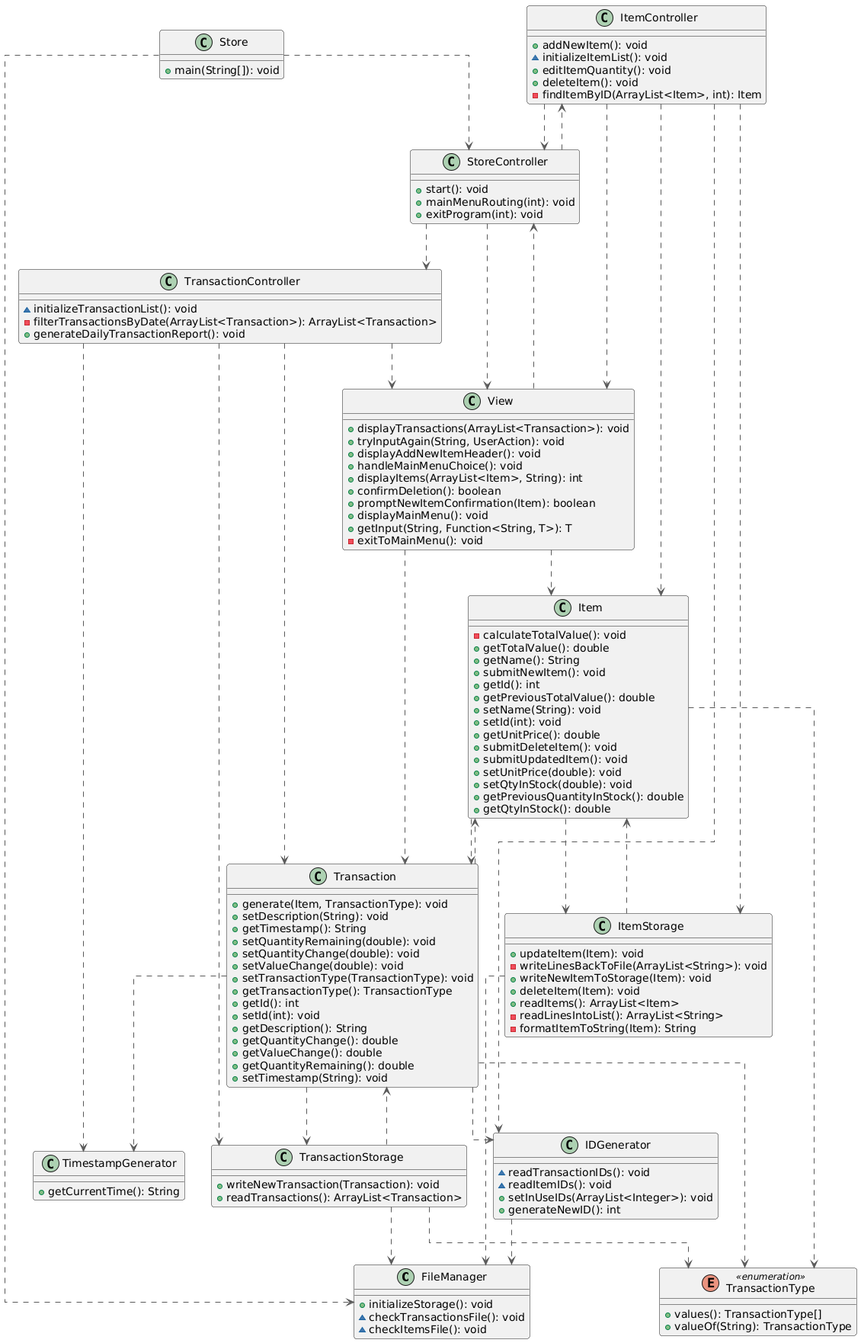
This is UML-Diagrams/UML-Diagram.png from 0xKona/Intro-to-Programming-Assignment.2.0, a PlantUML export, as it was before one commit. Its diagram source:
```plantuml
@startuml
!theme vibrant

top to bottom direction
skinparam linetype ortho

class FileManager {
  + initializeStorage(): void
  ~ checkTransactionsFile(): void
  ~ checkItemsFile(): void
}
class IDGenerator {
  ~ readTransactionIDs(): void
  ~ readItemIDs(): void
  + setInUseIDs(ArrayList<Integer>): void
  + generateNewID(): int
}
class Item {
  - calculateTotalValue(): void
  + getTotalValue(): double
  + getName(): String
  + submitNewItem(): void
  + getId(): int
  + getPreviousTotalValue(): double
  + setName(String): void
  + setId(int): void
  + getUnitPrice(): double
  + submitDeleteItem(): void
  + submitUpdatedItem(): void
  + setUnitPrice(double): void
  + setQtyInStock(double): void
  + getPreviousQuantityInStock(): double
  + getQtyInStock(): double
}
class ItemController {
  + addNewItem(): void
  ~ initializeItemList(): void
  + editItemQuantity(): void
  + deleteItem(): void
  - findItemByID(ArrayList<Item>, int): Item
}
class ItemStorage {
  + updateItem(Item): void
  - writeLinesBackToFile(ArrayList<String>): void
  + writeNewItemToStorage(Item): void
  + deleteItem(Item): void
  + readItems(): ArrayList<Item>
  - readLinesIntoList(): ArrayList<String>
  - formatItemToString(Item): String
}
class Store {
  + main(String[]): void
}
class StoreController {
  + start(): void
  + mainMenuRouting(int): void
  + exitProgram(int): void
}
class TimestampGenerator {
  + getCurrentTime(): String
}
class Transaction {
  + generate(Item, TransactionType): void
  + setDescription(String): void
  + getTimestamp(): String
  + setQuantityRemaining(double): void
  + setQuantityChange(double): void
  + setValueChange(double): void
  + setTransactionType(TransactionType): void
  + getTransactionType(): TransactionType
  + getId(): int
  + setId(int): void
  + getDescription(): String
  + getQuantityChange(): double
  + getValueChange(): double
  + getQuantityRemaining(): double
  + setTimestamp(String): void
}
class TransactionController {
  ~ initializeTransactionList(): void
  - filterTransactionsByDate(ArrayList<Transaction>): ArrayList<Transaction>
  + generateDailyTransactionReport(): void
}
class TransactionStorage {
  + writeNewTransaction(Transaction): void
  + readTransactions(): ArrayList<Transaction>
}
enum TransactionType << enumeration >> {
  + values(): TransactionType[]
  + valueOf(String): TransactionType
}
class View {
  + displayTransactions(ArrayList<Transaction>): void
  + tryInputAgain(String, UserAction): void
  + displayAddNewItemHeader(): void
  + handleMainMenuChoice(): void
  + displayItems(ArrayList<Item>, String): int
  + confirmDeletion(): boolean
  + promptNewItemConfirmation(Item): boolean
  + displayMainMenu(): void
  + getInput(String, Function<String, T>): T
  - exitToMainMenu(): void
}

IDGenerator            -[#595959,dashed]->  FileManager
Item                   -[#595959,dashed]->  ItemStorage
Item                   -[#595959,dashed]->  Transaction
Item                   -[#595959,dashed]->  TransactionType
ItemController         -[#595959,dashed]->  IDGenerator
ItemController         -[#595959,dashed]->  Item
ItemController         -[#595959,dashed]->  ItemStorage
ItemController         -[#595959,dashed]->  StoreController
ItemController         -[#595959,dashed]->  View
ItemStorage            -[#595959,dashed]->  FileManager
ItemStorage            -[#595959,dashed]->  Item
Store                  -[#595959,dashed]->  FileManager
Store                  -[#595959,dashed]->  StoreController
StoreController        -[#595959,dashed]->  ItemController
StoreController        -[#595959,dashed]->  TransactionController
StoreController        -[#595959,dashed]->  View
Transaction            -[#595959,dashed]->  IDGenerator
Transaction            -[#595959,dashed]->  Item
Transaction            -[#595959,dashed]->  TimestampGenerator
Transaction            -[#595959,dashed]->  TransactionStorage
Transaction            -[#595959,dashed]->  TransactionType
TransactionController  -[#595959,dashed]->  TimestampGenerator
TransactionController  -[#595959,dashed]->  Transaction
TransactionController  -[#595959,dashed]->  TransactionStorage
TransactionController  -[#595959,dashed]->  View
TransactionStorage     -[#595959,dashed]->  FileManager
TransactionStorage     -[#595959,dashed]->  Transaction
TransactionStorage     -[#595959,dashed]->  TransactionType
View                   -[#595959,dashed]->  Item
View                   -[#595959,dashed]->  StoreController
View                   -[#595959,dashed]->  Transaction
@enduml
```
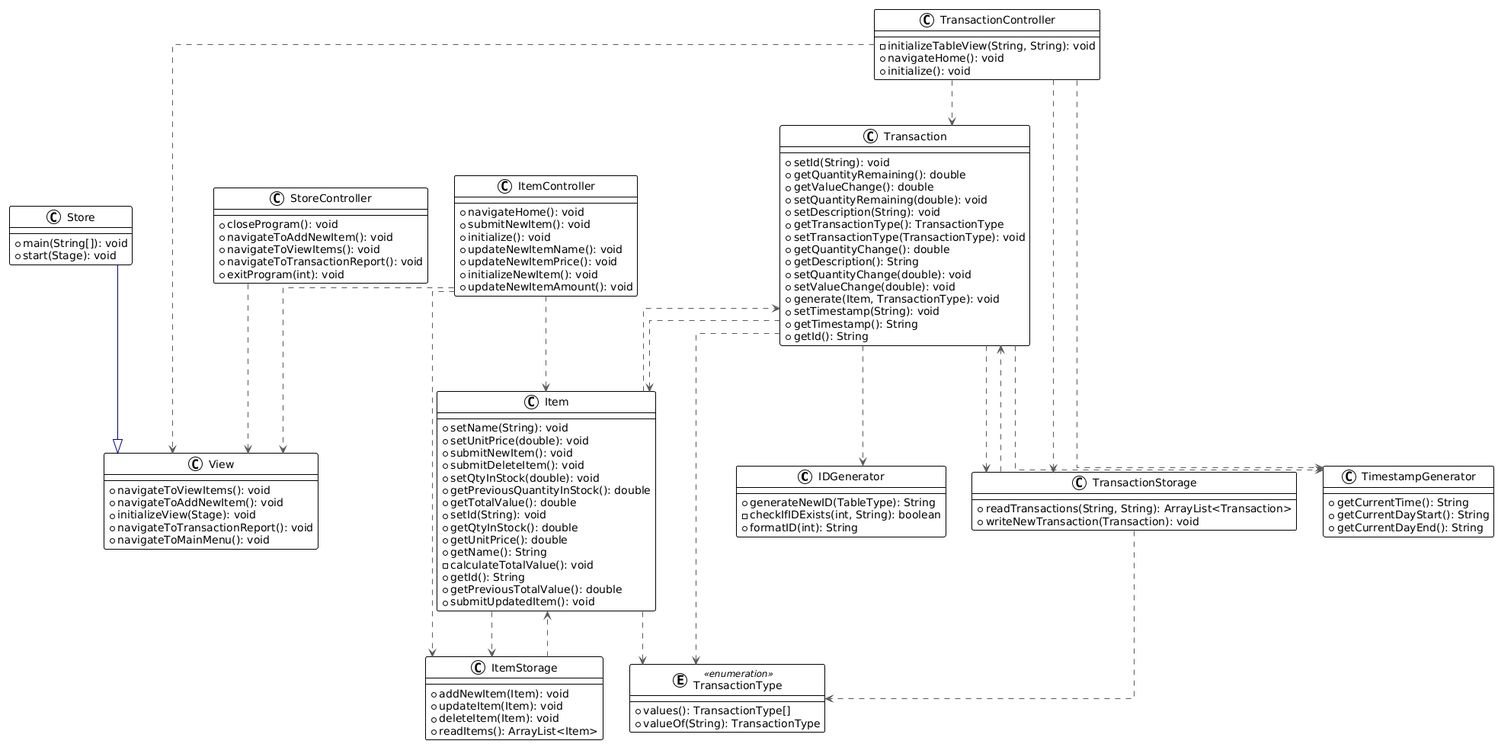
The same diagram one commit later.

Diff of the diagram source:
```diff
@@ -1,122 +1,107 @@
 @startuml
-!theme vibrant
-
+!theme plain
 top to bottom direction
 skinparam linetype ortho
 
-class FileManager {
-  + initializeStorage(): void
-  ~ checkTransactionsFile(): void
-  ~ checkItemsFile(): void
-}
 class IDGenerator {
-  ~ readTransactionIDs(): void
-  ~ readItemIDs(): void
-  + setInUseIDs(ArrayList<Integer>): void
-  + generateNewID(): int
+  + generateNewID(TableType): String
+  - checkIfIDExists(int, String): boolean
+  + formatID(int): String
 }
 class Item {
-  - calculateTotalValue(): void
-  + getTotalValue(): double
-  + getName(): String
+  + setName(String): void
+  + setUnitPrice(double): void
   + submitNewItem(): void
-  + getId(): int
-  + getPreviousTotalValue(): double
-  + setName(String): void
-  + setId(int): void
-  + getUnitPrice(): double
   + submitDeleteItem(): void
-  + submitUpdatedItem(): void
-  + setUnitPrice(double): void
   + setQtyInStock(double): void
   + getPreviousQuantityInStock(): double
+  + getTotalValue(): double
+  + setId(String): void
   + getQtyInStock(): double
+  + getUnitPrice(): double
+  + getName(): String
+  - calculateTotalValue(): void
+  + getId(): String
+  + getPreviousTotalValue(): double
+  + submitUpdatedItem(): void
 }
 class ItemController {
-  + addNewItem(): void
-  ~ initializeItemList(): void
-  + editItemQuantity(): void
-  + deleteItem(): void
-  - findItemByID(ArrayList<Item>, int): Item
+  + navigateHome(): void
+  + submitNewItem(): void
+  + initialize(): void
+  + updateNewItemName(): void
+  + updateNewItemPrice(): void
+  + initializeNewItem(): void
+  + updateNewItemAmount(): void
 }
 class ItemStorage {
+  + addNewItem(Item): void
   + updateItem(Item): void
-  - writeLinesBackToFile(ArrayList<String>): void
-  + writeNewItemToStorage(Item): void
   + deleteItem(Item): void
   + readItems(): ArrayList<Item>
-  - readLinesIntoList(): ArrayList<String>
-  - formatItemToString(Item): String
 }
 class Store {
   + main(String[]): void
+  + start(Stage): void
 }
 class StoreController {
-  + start(): void
-  + mainMenuRouting(int): void
+  + closeProgram(): void
+  + navigateToAddNewItem(): void
+  + navigateToViewItems(): void
+  + navigateToTransactionReport(): void
   + exitProgram(int): void
 }
 class TimestampGenerator {
   + getCurrentTime(): String
+  + getCurrentDayStart(): String
+  + getCurrentDayEnd(): String
 }
 class Transaction {
-  + generate(Item, TransactionType): void
+  + setId(String): void
+  + getQuantityRemaining(): double
+  + getValueChange(): double
+  + setQuantityRemaining(double): void
   + setDescription(String): void
-  + getTimestamp(): String
-  + setQuantityRemaining(double): void
+  + getTransactionType(): TransactionType
+  + setTransactionType(TransactionType): void
+  + getQuantityChange(): double
+  + getDescription(): String
   + setQuantityChange(double): void
   + setValueChange(double): void
-  + setTransactionType(TransactionType): void
-  + getTransactionType(): TransactionType
-  + getId(): int
-  + setId(int): void
-  + getDescription(): String
-  + getQuantityChange(): double
-  + getValueChange(): double
-  + getQuantityRemaining(): double
+  + generate(Item, TransactionType): void
   + setTimestamp(String): void
+  + getTimestamp(): String
+  + getId(): String
 }
 class TransactionController {
-  ~ initializeTransactionList(): void
-  - filterTransactionsByDate(ArrayList<Transaction>): ArrayList<Transaction>
-  + generateDailyTransactionReport(): void
+  - initializeTableView(String, String): void
+  + navigateHome(): void
+  + initialize(): void
 }
 class TransactionStorage {
+  + readTransactions(String, String): ArrayList<Transaction>
   + writeNewTransaction(Transaction): void
-  + readTransactions(): ArrayList<Transaction>
 }
 enum TransactionType << enumeration >> {
   + values(): TransactionType[]
   + valueOf(String): TransactionType
 }
 class View {
-  + displayTransactions(ArrayList<Transaction>): void
-  + tryInputAgain(String, UserAction): void
-  + displayAddNewItemHeader(): void
-  + handleMainMenuChoice(): void
-  + displayItems(ArrayList<Item>, String): int
-  + confirmDeletion(): boolean
-  + promptNewItemConfirmation(Item): boolean
-  + displayMainMenu(): void
-  + getInput(String, Function<String, T>): T
-  - exitToMainMenu(): void
+  + navigateToViewItems(): void
+  + navigateToAddNewItem(): void
+  + initializeView(Stage): void
+  + navigateToTransactionReport(): void
+  + navigateToMainMenu(): void
 }
 
-IDGenerator            -[#595959,dashed]->  FileManager
 Item                   -[#595959,dashed]->  ItemStorage
 Item                   -[#595959,dashed]->  Transaction
 Item                   -[#595959,dashed]->  TransactionType
-ItemController         -[#595959,dashed]->  IDGenerator
 ItemController         -[#595959,dashed]->  Item
 ItemController         -[#595959,dashed]->  ItemStorage
-ItemController         -[#595959,dashed]->  StoreController
 ItemController         -[#595959,dashed]->  View
-ItemStorage            -[#595959,dashed]->  FileManager
 ItemStorage            -[#595959,dashed]->  Item
-Store                  -[#595959,dashed]->  FileManager
-Store                  -[#595959,dashed]->  StoreController
-StoreController        -[#595959,dashed]->  ItemController
-StoreController        -[#595959,dashed]->  TransactionController
+Store                  -[#000082,plain]-^  View
 StoreController        -[#595959,dashed]->  View
 Transaction            -[#595959,dashed]->  IDGenerator
 Transaction            -[#595959,dashed]->  Item
@@ -127,10 +112,6 @@
 TransactionController  -[#595959,dashed]->  Transaction
 TransactionController  -[#595959,dashed]->  TransactionStorage
 TransactionController  -[#595959,dashed]->  View
-TransactionStorage     -[#595959,dashed]->  FileManager
 TransactionStorage     -[#595959,dashed]->  Transaction
 TransactionStorage     -[#595959,dashed]->  TransactionType
-View                   -[#595959,dashed]->  Item
-View                   -[#595959,dashed]->  StoreController
-View                   -[#595959,dashed]->  Transaction
 @enduml
```
